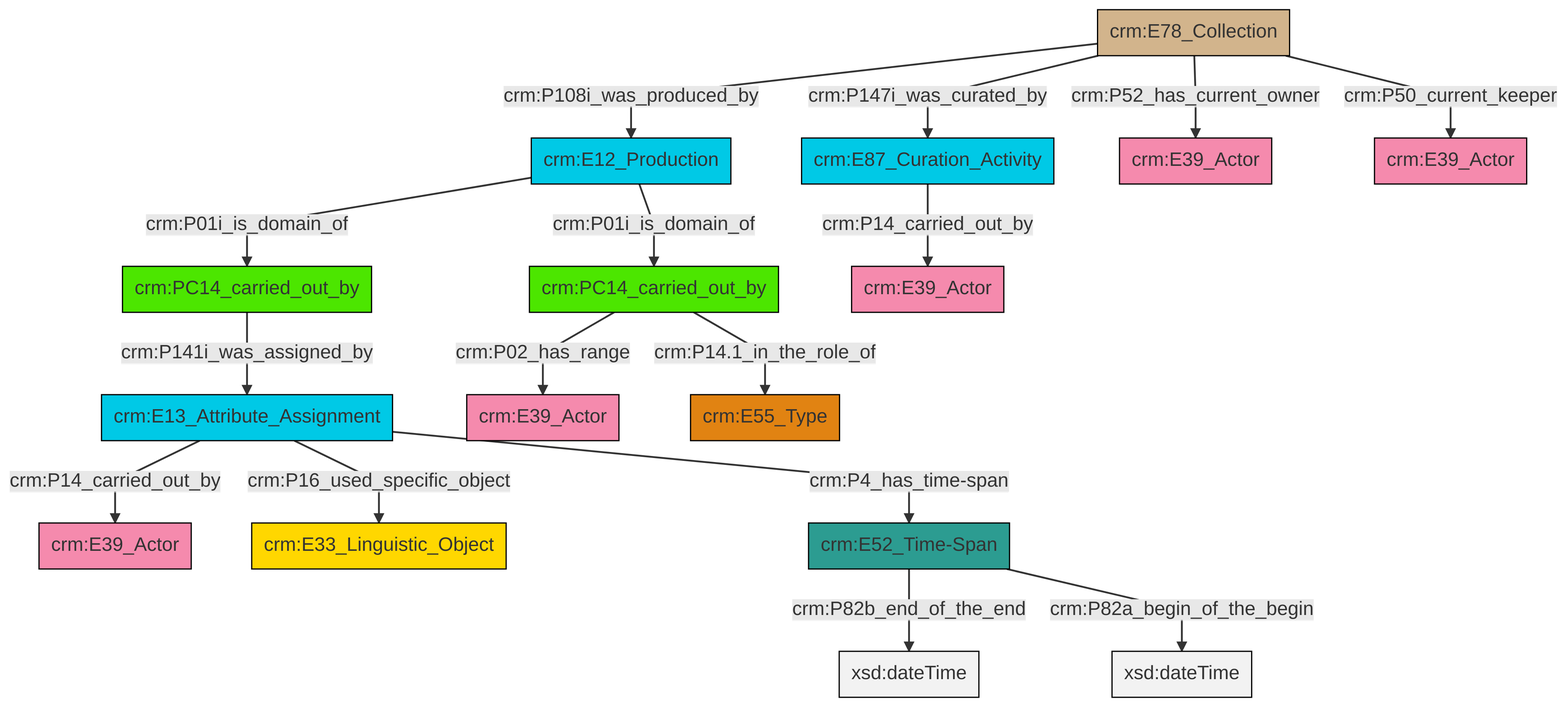
Earlier version of the Mermaid export et/archivalCSV/ttl/mmd/png/archival_relation.png (swiss-art-research-net/docs.swissartresearch). Its source is kept beside it as et/archivalCSV/ttl/mmd/archival_relation.ttl.mmd.
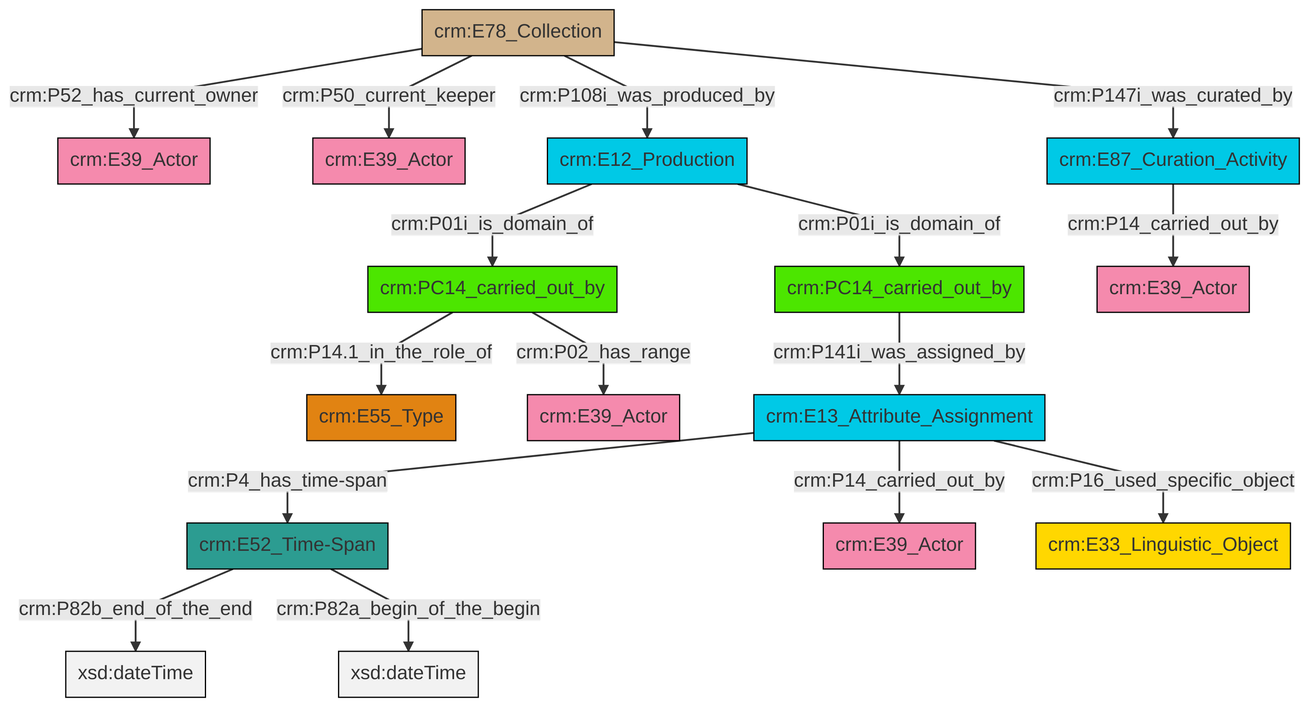
The same file after the commit.

The edit, as a diff of the source:
```diff
@@ -13,18 +13,18 @@
 classDef PC_Classes fill:#4ce600, stroke:#000000;
 classDef Multi fill:#cccccc,stroke:#000000;
 
-0["crm:E13_Attribute_Assignment"]:::Temporal_Entity -->|crm:P14_carried_out_by| 1["crm:E39_Actor"]:::Actor
-11["crm:PC14_carried_out_by"]:::PC_Classes -->|crm:P02_has_range| 4["crm:E39_Actor"]:::Actor
-13["crm:PC14_carried_out_by"]:::PC_Classes -->|crm:P141i_was_assigned_by| 0["crm:E13_Attribute_Assignment"]:::Temporal_Entity
-2["crm:E78_Collection"]:::Physical_Thing -->|crm:P52_has_current_owner| 19["crm:E39_Actor"]:::Actor
-21["crm:E52_Time-Span"]:::Time-Span -->|crm:P82b_end_of_the_end| 26[xsd:dateTime]:::Literal
+0["crm:E13_Attribute_Assignment"]:::Temporal_Entity -->|crm:P4_has_time-span| 1["crm:E52_Time-Span"]:::Time-Span
+2["crm:E78_Collection"]:::Physical_Thing -->|crm:P52_has_current_owner| 3["crm:E39_Actor"]:::Actor
+0["crm:E13_Attribute_Assignment"]:::Temporal_Entity -->|crm:P14_carried_out_by| 5["crm:E39_Actor"]:::Actor
+2["crm:E78_Collection"]:::Physical_Thing -->|crm:P50_current_keeper| 6["crm:E39_Actor"]:::Actor
 0["crm:E13_Attribute_Assignment"]:::Temporal_Entity -->|crm:P16_used_specific_object| 7["crm:E33_Linguistic_Object"]:::Conceptual_Object
-14["crm:E12_Production"]:::Temporal_Entity -->|crm:P01i_is_domain_of| 13["crm:PC14_carried_out_by"]:::PC_Classes
 2["crm:E78_Collection"]:::Physical_Thing -->|crm:P108i_was_produced_by| 14["crm:E12_Production"]:::Temporal_Entity
-9["crm:E87_Curation_Activity"]:::Temporal_Entity -->|crm:P14_carried_out_by| 16["crm:E39_Actor"]:::Actor
-11["crm:PC14_carried_out_by"]:::PC_Classes -->|crm:P14.1_in_the_role_of| 27["crm:E55_Type"]:::Type
-2["crm:E78_Collection"]:::Physical_Thing -->|crm:P50_current_keeper| 23["crm:E39_Actor"]:::Actor
-21["crm:E52_Time-Span"]:::Time-Span -->|crm:P82a_begin_of_the_begin| 28[xsd:dateTime]:::Literal
-0["crm:E13_Attribute_Assignment"]:::Temporal_Entity -->|crm:P4_has_time-span| 21["crm:E52_Time-Span"]:::Time-Span
-2["crm:E78_Collection"]:::Physical_Thing -->|crm:P147i_was_curated_by| 9["crm:E87_Curation_Activity"]:::Temporal_Entity
-14["crm:E12_Production"]:::Temporal_Entity -->|crm:P01i_is_domain_of| 11["crm:PC14_carried_out_by"]:::PC_Classes
+14["crm:E12_Production"]:::Temporal_Entity -->|crm:P01i_is_domain_of| 9["crm:PC14_carried_out_by"]:::PC_Classes
+2["crm:E78_Collection"]:::Physical_Thing -->|crm:P147i_was_curated_by| 20["crm:E87_Curation_Activity"]:::Temporal_Entity
+14["crm:E12_Production"]:::Temporal_Entity -->|crm:P01i_is_domain_of| 22["crm:PC14_carried_out_by"]:::PC_Classes
+1["crm:E52_Time-Span"]:::Time-Span -->|crm:P82b_end_of_the_end| 25[xsd:dateTime]:::Literal
+22["crm:PC14_carried_out_by"]:::PC_Classes -->|crm:P141i_was_assigned_by| 0["crm:E13_Attribute_Assignment"]:::Temporal_Entity
+20["crm:E87_Curation_Activity"]:::Temporal_Entity -->|crm:P14_carried_out_by| 18["crm:E39_Actor"]:::Actor
+9["crm:PC14_carried_out_by"]:::PC_Classes -->|crm:P14.1_in_the_role_of| 23["crm:E55_Type"]:::Type
+9["crm:PC14_carried_out_by"]:::PC_Classes -->|crm:P02_has_range| 27["crm:E39_Actor"]:::Actor
+1["crm:E52_Time-Span"]:::Time-Span -->|crm:P82a_begin_of_the_begin| 29[xsd:dateTime]:::Literal
```
